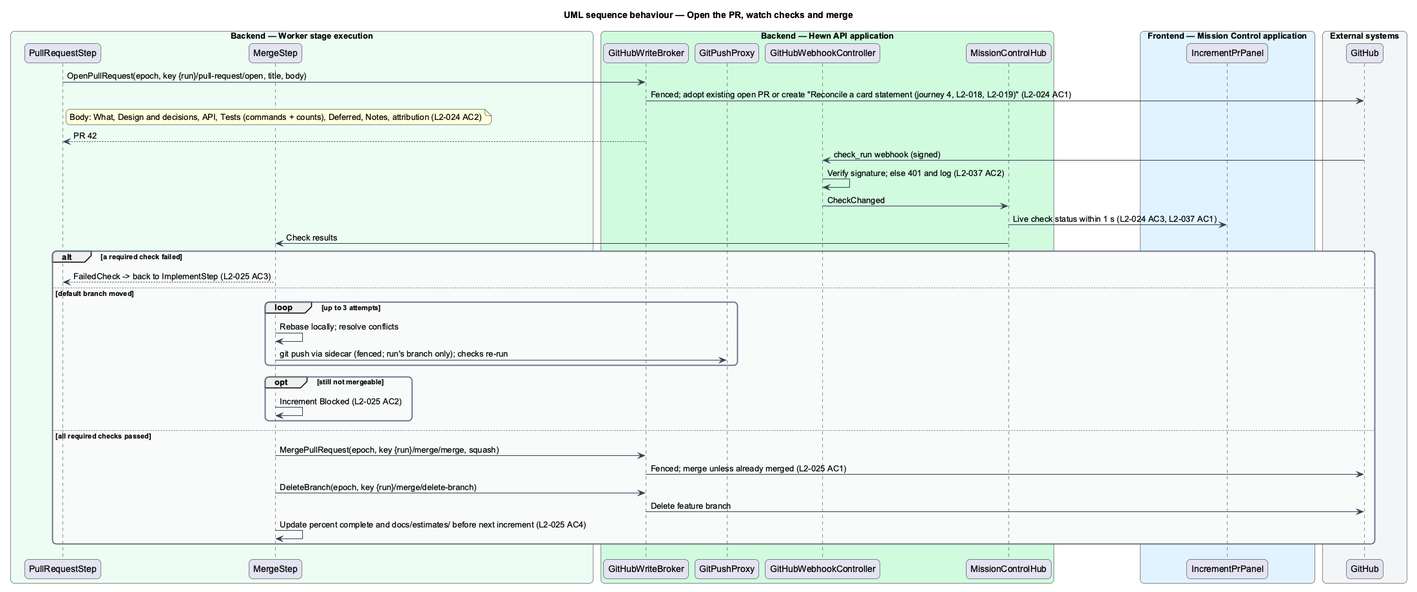
Before: docs/detailed-designs/increments/open-and-merge-pull-request/diagrams/sequence-open-checks-merge.png, a diagram exported from PlantUML (QuinntyneBrown/hewn). The source it was exported from:
```plantuml
@startuml
title UML sequence behaviour — Open the PR, watch checks and merge
skinparam backgroundColor #FFFFFF
skinparam shadowing false
skinparam roundcorner 12
skinparam defaultFontName Arial
skinparam ArrowColor #344054
skinparam rectangle {
  BorderColor #344054
  FontColor #101828
}
skinparam package {
  BorderColor #667085
  FontColor #101828
  BackgroundColor #F9FAFB
}
skinparam sequenceMessageAlign left
box "Backend — Worker stage execution" #ECFDF3
  participant "PullRequestStep" as pr
  participant "MergeStep" as merge
end box
box "Backend — Hewn API application" #D1FADF
  participant "GitHubWriteBroker" as broker
  participant "GitPushProxy" as proxy
  participant "GitHubWebhookController" as hook
  participant "MissionControlHub" as hub
end box
box "Frontend — Mission Control application" #E0F2FE
  participant "IncrementPrPanel" as panel
end box
box "External systems" #F2F4F7
  participant "GitHub" as gh
end box
pr -> broker : OpenPullRequest(epoch, key {run}/pull-request/open, title, body)
broker -> gh : Fenced; adopt existing open PR or create "Reconcile a card statement (journey 4, L2-018, L2-019)" (L2-024 AC1)
note right of pr : Body: What, Design and decisions, API, Tests (commands + counts), Deferred, Notes, attribution (L2-024 AC2)
broker --> pr : PR 42
gh -> hook : check_run webhook (signed)
hook -> hook : Verify signature; else 401 and log (L2-037 AC2)
hook -> hub : CheckChanged
hub -> panel : Live check status within 1 s (L2-024 AC3, L2-037 AC1)
hub -> merge : Check results
alt a required check failed
  merge --> pr : FailedCheck -> back to ImplementStep (L2-025 AC3)
else default branch moved
  loop up to 3 attempts
    merge -> merge : Rebase locally; resolve conflicts
    merge -> proxy : git push via sidecar (fenced; run's branch only); checks re-run
  end
  opt still not mergeable
    merge -> merge : Increment Blocked (L2-025 AC2)
  end
else all required checks passed
  merge -> broker : MergePullRequest(epoch, key {run}/merge/merge, squash)
  broker -> gh : Fenced; merge unless already merged (L2-025 AC1)
  merge -> broker : DeleteBranch(epoch, key {run}/merge/delete-branch)
  broker -> gh : Delete feature branch
  merge -> merge : Update percent complete and docs/estimates/ before next increment (L2-025 AC4)
end
@enduml
```
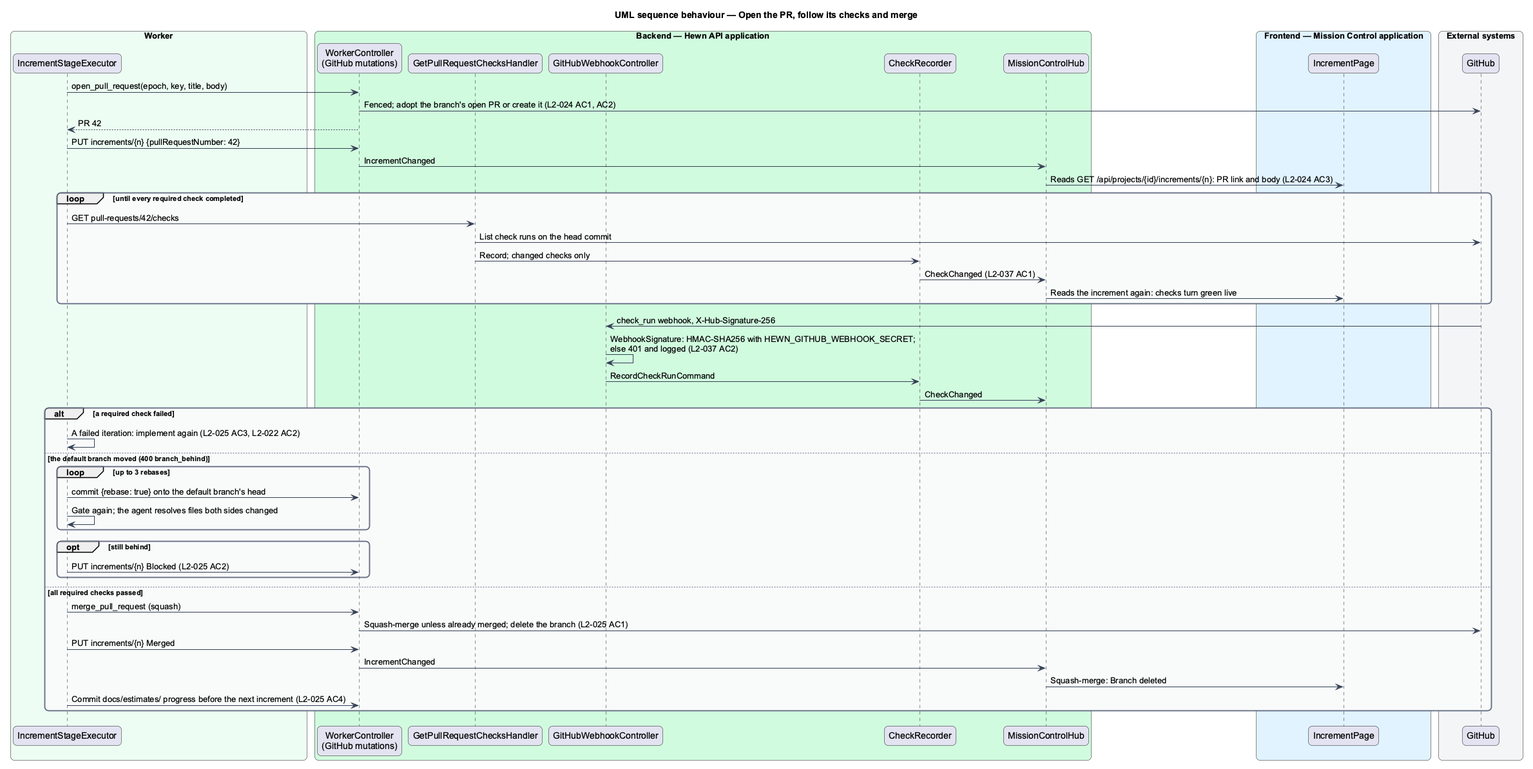
After the commit.

The edit, as a diff of the source:
```diff
@@ -1,5 +1,5 @@
 @startuml
-title UML sequence behaviour — Open the PR, watch checks and merge
+title UML sequence behaviour — Open the PR, follow its checks and merge
 skinparam backgroundColor #FFFFFF
 skinparam shadowing false
 skinparam roundcorner 12
@@ -15,46 +15,55 @@
   BackgroundColor #F9FAFB
 }
 skinparam sequenceMessageAlign left
-box "Backend — Worker stage execution" #ECFDF3
-  participant "PullRequestStep" as pr
-  participant "MergeStep" as merge
+box "Worker" #ECFDF3
+  participant "IncrementStageExecutor" as worker
 end box
 box "Backend — Hewn API application" #D1FADF
-  participant "GitHubWriteBroker" as broker
-  participant "GitPushProxy" as proxy
+  participant "WorkerController\n(GitHub mutations)" as broker
+  participant "GetPullRequestChecksHandler" as checks
   participant "GitHubWebhookController" as hook
+  participant "CheckRecorder" as recorder
   participant "MissionControlHub" as hub
 end box
 box "Frontend — Mission Control application" #E0F2FE
-  participant "IncrementPrPanel" as panel
+  participant "IncrementPage" as page
 end box
 box "External systems" #F2F4F7
   participant "GitHub" as gh
 end box
-pr -> broker : OpenPullRequest(epoch, key {run}/pull-request/open, title, body)
-broker -> gh : Fenced; adopt existing open PR or create "Reconcile a card statement (journey 4, L2-018, L2-019)" (L2-024 AC1)
-note right of pr : Body: What, Design and decisions, API, Tests (commands + counts), Deferred, Notes, attribution (L2-024 AC2)
-broker --> pr : PR 42
-gh -> hook : check_run webhook (signed)
-hook -> hook : Verify signature; else 401 and log (L2-037 AC2)
-hook -> hub : CheckChanged
-hub -> panel : Live check status within 1 s (L2-024 AC3, L2-037 AC1)
-hub -> merge : Check results
+worker -> broker : open_pull_request(epoch, key, title, body)
+broker -> gh : Fenced; adopt the branch's open PR or create it (L2-024 AC1, AC2)
+broker --> worker : PR 42
+worker -> broker : PUT increments/{n} {pullRequestNumber: 42}
+broker -> hub : IncrementChanged
+hub -> page : Reads GET /api/projects/{id}/increments/{n}: PR link and body (L2-024 AC3)
+loop until every required check completed
+  worker -> checks : GET pull-requests/42/checks
+  checks -> gh : List check runs on the head commit
+  checks -> recorder : Record; changed checks only
+  recorder -> hub : CheckChanged (L2-037 AC1)
+  hub -> page : Reads the increment again: checks turn green live
+end
+gh -> hook : check_run webhook, X-Hub-Signature-256
+hook -> hook : WebhookSignature: HMAC-SHA256 with HEWN_GITHUB_WEBHOOK_SECRET;\nelse 401 and logged (L2-037 AC2)
+hook -> recorder : RecordCheckRunCommand
+recorder -> hub : CheckChanged
 alt a required check failed
-  merge --> pr : FailedCheck -> back to ImplementStep (L2-025 AC3)
-else default branch moved
-  loop up to 3 attempts
-    merge -> merge : Rebase locally; resolve conflicts
-    merge -> proxy : git push via sidecar (fenced; run's branch only); checks re-run
+  worker -> worker : A failed iteration: implement again (L2-025 AC3, L2-022 AC2)
+else the default branch moved (400 branch_behind)
+  loop up to 3 rebases
+    worker -> broker : commit {rebase: true} onto the default branch's head
+    worker -> worker : Gate again; the agent resolves files both sides changed
   end
-  opt still not mergeable
-    merge -> merge : Increment Blocked (L2-025 AC2)
+  opt still behind
+    worker -> broker : PUT increments/{n} Blocked (L2-025 AC2)
   end
 else all required checks passed
-  merge -> broker : MergePullRequest(epoch, key {run}/merge/merge, squash)
-  broker -> gh : Fenced; merge unless already merged (L2-025 AC1)
-  merge -> broker : DeleteBranch(epoch, key {run}/merge/delete-branch)
-  broker -> gh : Delete feature branch
-  merge -> merge : Update percent complete and docs/estimates/ before next increment (L2-025 AC4)
+  worker -> broker : merge_pull_request (squash)
+  broker -> gh : Squash-merge unless already merged; delete the branch (L2-025 AC1)
+  worker -> broker : PUT increments/{n} Merged
+  broker -> hub : IncrementChanged
+  hub -> page : Squash-merge: Branch deleted
+  worker -> broker : Commit docs/estimates/ progress before the next increment (L2-025 AC4)
 end
 @enduml
```
